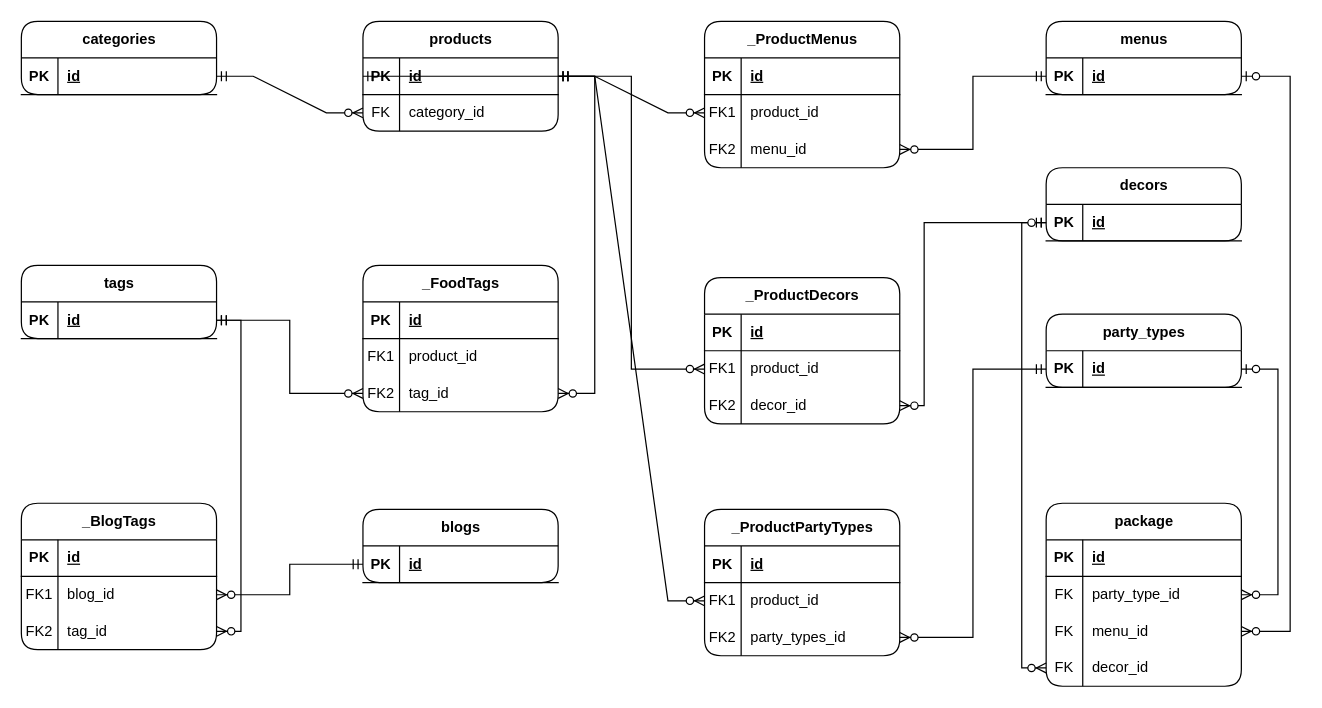
This is page "ERD-L1.1 - PRODUCT" (7 of 8) of Joie Palace.drawio from HongSon04/ERD-Joie-Palace, a draw.io file, before an edit. Source tidied: cells renumbered, new cells numbered last; positions are measured from the earlier drawing's top-left corner, leaving out a move shared by most shapes. Both pictures are drawn from the tidied source at 122%, with x=0, y=0 at pixel (21, 21).
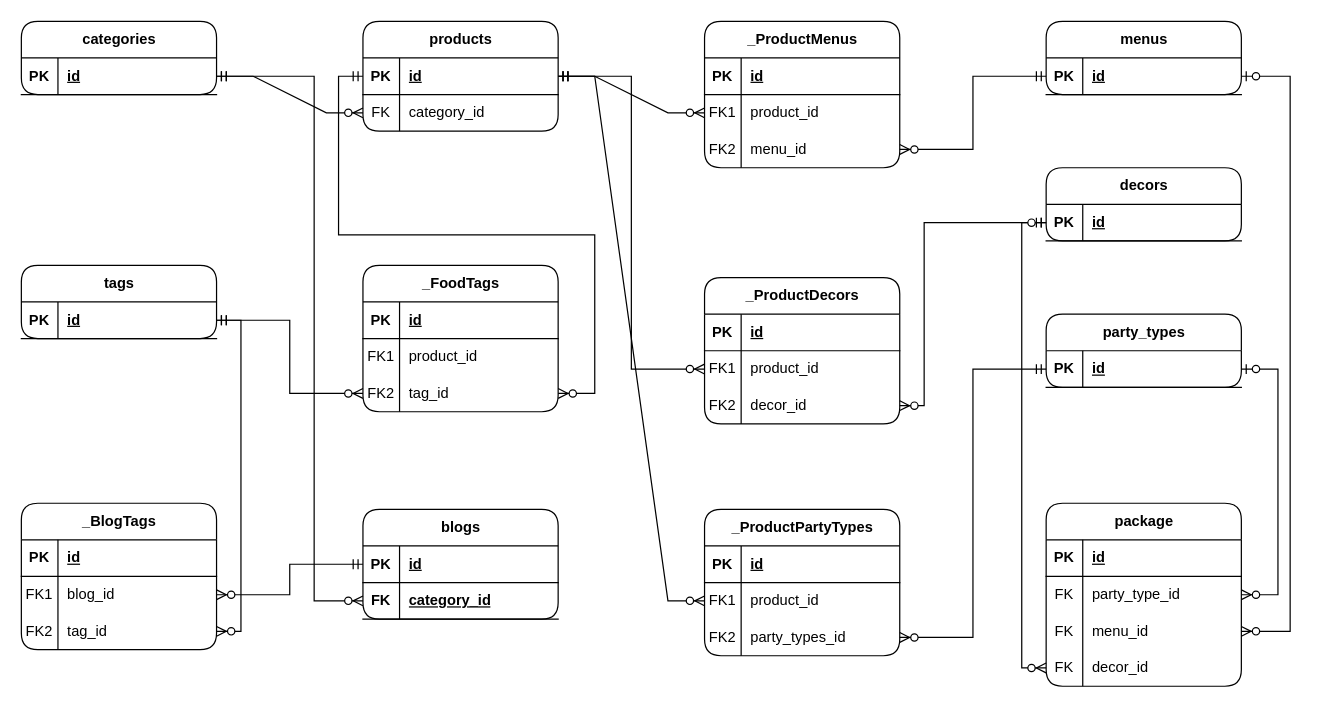
The same diagram, later.

The change refers to these unchanged cells:
```xml
<mxCell id="13" style="shape=tableRow;horizontal=0;startSize=0;swimlaneHead=0;swimlaneBody=0;fillColor=none;points=[[0,0.5],[1,0.5]];portConstraint=eastwest;top=0;left=0;right=0;bottom=1;" parent="12" vertex="1">
  <mxGeometry y="30" width="160" height="30" as="geometry" />
</mxCell>
<mxCell id="17" style="shape=tableRow;horizontal=0;startSize=0;swimlaneHead=0;swimlaneBody=0;fillColor=none;points=[[0,0.5],[1,0.5]];portConstraint=eastwest;top=0;left=0;right=0;bottom=1;" parent="16" vertex="1">
  <mxGeometry y="30" width="160" height="30" as="geometry" />
</mxCell>
<mxCell id="39" style="shape=tableRow;horizontal=0;startSize=0;swimlaneHead=0;swimlaneBody=0;fillColor=none;points=[[0,0.5],[1,0.5]];portConstraint=eastwest;top=0;left=0;right=0;bottom=0;" parent="32" vertex="1">
  <mxGeometry y="90" width="160" height="30" as="geometry" />
</mxCell>
```

Diff of the diagram source:
```diff
@@
-    <mxCell id="43" style="edgeStyle=entityRelationEdgeStyle;fontSize=12;html=1;endArrow=ERzeroToMany;startArrow=ERmandOne;rounded=0;exitX=0;exitY=0.5;exitDx=0;exitDy=0;" parent="1" edge="1" source="17" target="39">
+    <mxCell id="43" style="edgeStyle=orthogonalEdgeStyle;fontSize=12;html=1;endArrow=ERzeroToMany;startArrow=ERmandOne;rounded=0;exitX=0;exitY=0.5;exitDx=0;exitDy=0;" parent="1" edge="1" source="17" target="39">
       <mxGeometry relative="1" as="geometry">
         <Array as="points">
-          <mxPoint x="510" y="228" />
+          <mxPoint x="260" y="45" />
+          <mxPoint x="260" y="175" />
+          <mxPoint x="470" y="175" />
+          <mxPoint x="470" y="305" />
         </Array>
       </mxGeometry>
     </mxCell>
@@
     <mxCell id="56" value="blogs" style="shape=table;startSize=30;childLayout=tableLayout;rowLines=0;fontStyle=1;align=center;html=1;rounded=1;" parent="1" vertex="1">
-      <mxGeometry x="280" y="400" width="160" height="60" as="geometry" />
+      <mxGeometry x="280" y="400" width="160" height="90" as="geometry" />
     </mxCell>
@@
+    <mxCell id="112" style="shape=tableRow;horizontal=0;startSize=0;swimlaneHead=0;swimlaneBody=0;fillColor=none;points=[[0,0.5],[1,0.5]];portConstraint=eastwest;top=0;left=0;right=0;bottom=1;" parent="56" vertex="1">
+      <mxGeometry y="60" width="160" height="30" as="geometry" />
+    </mxCell>
+    <mxCell id="113" value="FK" style="shape=partialRectangle;fillColor=none;top=0;left=0;bottom=0;right=0;fontStyle=1;overflow=hidden;whiteSpace=wrap;html=1;" parent="112" vertex="1">
+      <mxGeometry width="30" height="30" as="geometry" />
+    </mxCell>
+    <mxCell id="114" value="category_id" style="shape=partialRectangle;fillColor=none;top=0;left=0;bottom=0;right=0;align=left;spacingLeft=6;fontStyle=5;overflow=hidden;whiteSpace=wrap;html=1;" parent="112" vertex="1">
+      <mxGeometry x="30" width="130" height="30" as="geometry" />
+    </mxCell>
@@
+    <mxCell id="115" style="edgeStyle=orthogonalEdgeStyle;fontSize=12;html=1;endArrow=ERzeroToMany;startArrow=ERmandOne;rounded=0;exitX=1;exitY=0.5;exitDx=0;exitDy=0;entryX=0;entryY=0.5;entryDx=0;entryDy=0;" parent="1" edge="1" source="13" target="112">
+      <mxGeometry relative="1" as="geometry">
+        <Array as="points">
+          <mxPoint x="240" y="45" />
+          <mxPoint x="240" y="475" />
+        </Array>
+      </mxGeometry>
+    </mxCell>
```
